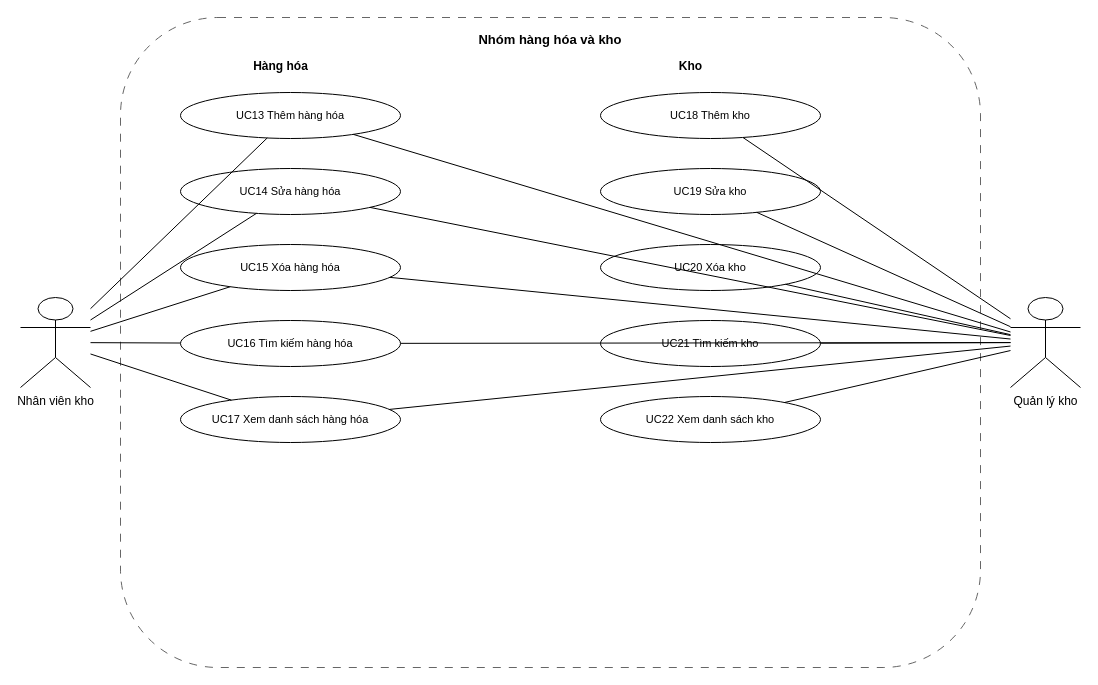
quangminh1212/Phan-tich-va-thiet-ke-he-thong keeps this draw.io diagram as diagram/drawio/3.4_usecase_hang_kho.drawio. Above is the earlier version. Source tidied: cells renumbered, new cells numbered last; positions are measured from the earlier drawing's top-left corner, leaving out a move shared by most shapes. Both pictures are drawn from the tidied source at 100%, with x=0, y=0 at pixel (20, 17).
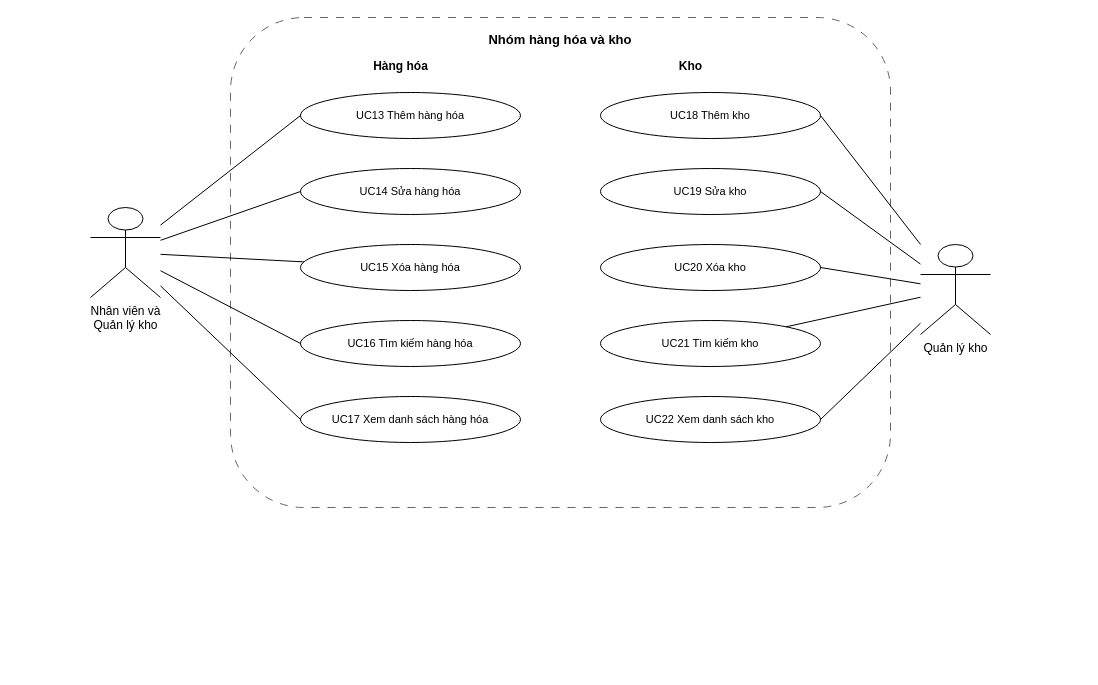
The same diagram, later.

The change refers to these unchanged cells:
```xml
<mxCell id="10" value="UC18 Thêm kho" style="ellipse;whiteSpace=wrap;html=1;fillColor=#FFFFFF;strokeColor=#000000;fontSize=11;align=center;" parent="1" vertex="1">
  <mxGeometry x="580" y="75" width="220" height="46" as="geometry" />
</mxCell>
<mxCell id="11" value="UC19 Sửa kho" style="ellipse;whiteSpace=wrap;html=1;fillColor=#FFFFFF;strokeColor=#000000;fontSize=11;align=center;" parent="1" vertex="1">
  <mxGeometry x="580" y="151" width="220" height="46" as="geometry" />
</mxCell>
<mxCell id="12" value="UC20 Xóa kho" style="ellipse;whiteSpace=wrap;html=1;fillColor=#FFFFFF;strokeColor=#000000;fontSize=11;align=center;" parent="1" vertex="1">
  <mxGeometry x="580" y="227" width="220" height="46" as="geometry" />
</mxCell>
<mxCell id="14" value="UC22 Xem danh sách kho" style="ellipse;whiteSpace=wrap;html=1;fillColor=#FFFFFF;strokeColor=#000000;fontSize=11;align=center;" parent="1" vertex="1">
  <mxGeometry x="580" y="379" width="220" height="46" as="geometry" />
</mxCell>
```

What changed in the source:
```diff
@@
     <mxCell id="2" value="Nhóm hàng hóa và kho" style="rounded=1;whiteSpace=wrap;html=1;dashed=1;dashPattern=8 8;fillColor=none;strokeColor=#666666;verticalAlign=top;fontStyle=1;fontSize=13;align=center;spacingTop=8;" parent="1" vertex="1">
-      <mxGeometry x="100" width="860" height="650" as="geometry" />
+      <mxGeometry x="210" width="660" height="490" as="geometry" />
     </mxCell>
     <mxCell id="3" value="Hàng hóa" style="text;html=1;strokeColor=none;fillColor=none;align=center;fontSize=12;fontStyle=1;" parent="1" vertex="1">
-      <mxGeometry x="210" y="35" width="100" height="24" as="geometry" />
+      <mxGeometry x="330" y="35" width="100" height="24" as="geometry" />
     </mxCell>
@@
     <mxCell id="5" value="UC13 Thêm hàng hóa" style="ellipse;whiteSpace=wrap;html=1;fillColor=#FFFFFF;strokeColor=#000000;fontSize=11;align=center;" parent="1" vertex="1">
-      <mxGeometry x="160" y="75" width="220" height="46" as="geometry" />
+      <mxGeometry x="280" y="75" width="220" height="46" as="geometry" />
     </mxCell>
     <mxCell id="6" value="UC14 Sửa hàng hóa" style="ellipse;whiteSpace=wrap;html=1;fillColor=#FFFFFF;strokeColor=#000000;fontSize=11;align=center;" parent="1" vertex="1">
-      <mxGeometry x="160" y="151" width="220" height="46" as="geometry" />
+      <mxGeometry x="280" y="151" width="220" height="46" as="geometry" />
     </mxCell>
     <mxCell id="7" value="UC15 Xóa hàng hóa" style="ellipse;whiteSpace=wrap;html=1;fillColor=#FFFFFF;strokeColor=#000000;fontSize=11;align=center;" parent="1" vertex="1">
-      <mxGeometry x="160" y="227" width="220" height="46" as="geometry" />
+      <mxGeometry x="280" y="227" width="220" height="46" as="geometry" />
     </mxCell>
     <mxCell id="8" value="UC16 Tìm kiếm hàng hóa" style="ellipse;whiteSpace=wrap;html=1;fillColor=#FFFFFF;strokeColor=#000000;fontSize=11;align=center;" parent="1" vertex="1">
-      <mxGeometry x="160" y="303" width="220" height="46" as="geometry" />
+      <mxGeometry x="280" y="303" width="220" height="46" as="geometry" />
     </mxCell>
     <mxCell id="9" value="UC17 Xem danh sách hàng hóa" style="ellipse;whiteSpace=wrap;html=1;fillColor=#FFFFFF;strokeColor=#000000;fontSize=11;align=center;" parent="1" vertex="1">
-      <mxGeometry x="160" y="379" width="220" height="46" as="geometry" />
+      <mxGeometry x="280" y="379" width="220" height="46" as="geometry" />
     </mxCell>
@@
-    <mxCell id="15" value="Nhân viên kho" style="shape=umlActor;verticalLabelPosition=bottom;verticalAlign=top;html=1;outlineConnect=0;fillColor=#FFFFFF;strokeColor=#000000;" parent="1" vertex="1">
-      <mxGeometry y="280" width="70" height="90" as="geometry" />
+    <mxCell id="15" value="Nhân viên và&lt;br&gt;Quản lý kho" style="shape=umlActor;verticalLabelPosition=bottom;verticalAlign=top;html=1;outlineConnect=0;fillColor=#FFFFFF;strokeColor=#000000;" parent="1" vertex="1">
+      <mxGeometry x="70" y="190" width="70" height="90" as="geometry" />
     </mxCell>
     <mxCell id="16" value="Quản lý kho" style="shape=umlActor;verticalLabelPosition=bottom;verticalAlign=top;html=1;outlineConnect=0;fillColor=#FFFFFF;strokeColor=#000000;" parent="1" vertex="1">
-      <mxGeometry x="990" y="280" width="70" height="90" as="geometry" />
+      <mxGeometry x="900" y="227" width="70" height="90" as="geometry" />
     </mxCell>
-    <mxCell id="17" style="endArrow=none;html=1;rounded=0;strokeColor=#000000;" parent="1" edge="1" source="15" target="5">
+    <mxCell id="17" style="endArrow=none;html=1;rounded=0;strokeColor=#000000;entryX=0;entryY=0.5;entryDx=0;entryDy=0;" parent="1" edge="1" source="15" target="5">
       <mxGeometry relative="1" as="geometry" />
     </mxCell>
-    <mxCell id="18" style="endArrow=none;html=1;rounded=0;strokeColor=#000000;" parent="1" edge="1" source="16" target="5">
-      <mxGeometry relative="1" as="geometry" />
-    </mxCell>
-    <mxCell id="19" style="endArrow=none;html=1;rounded=0;strokeColor=#000000;" parent="1" edge="1" source="15" target="6">
+    <mxCell id="19" style="endArrow=none;html=1;rounded=0;strokeColor=#000000;entryX=0;entryY=0.5;entryDx=0;entryDy=0;" parent="1" edge="1" source="15" target="6">
       <mxGeometry relative="1" as="geometry" />
     </mxCell>
-    <mxCell id="20" style="endArrow=none;html=1;rounded=0;strokeColor=#000000;" parent="1" edge="1" source="16" target="6">
-      <mxGeometry relative="1" as="geometry" />
-    </mxCell>
@@
-    <mxCell id="22" style="endArrow=none;html=1;rounded=0;strokeColor=#000000;" parent="1" edge="1" source="16" target="7">
-      <mxGeometry relative="1" as="geometry" />
-    </mxCell>
-    <mxCell id="23" style="endArrow=none;html=1;rounded=0;strokeColor=#000000;" parent="1" edge="1" source="15" target="8">
+    <mxCell id="23" style="endArrow=none;html=1;rounded=0;strokeColor=#000000;entryX=0;entryY=0.5;entryDx=0;entryDy=0;" parent="1" edge="1" source="15" target="8">
       <mxGeometry relative="1" as="geometry" />
     </mxCell>
-    <mxCell id="24" style="endArrow=none;html=1;rounded=0;strokeColor=#000000;" parent="1" edge="1" source="16" target="8">
-      <mxGeometry relative="1" as="geometry" />
-    </mxCell>
-    <mxCell id="25" style="endArrow=none;html=1;rounded=0;strokeColor=#000000;" parent="1" edge="1" source="15" target="9">
+    <mxCell id="25" style="endArrow=none;html=1;rounded=0;strokeColor=#000000;entryX=0;entryY=0.5;entryDx=0;entryDy=0;" parent="1" edge="1" source="15" target="9">
       <mxGeometry relative="1" as="geometry" />
     </mxCell>
-    <mxCell id="26" style="endArrow=none;html=1;rounded=0;strokeColor=#000000;" parent="1" edge="1" source="16" target="9">
-      <mxGeometry relative="1" as="geometry" />
-    </mxCell>
-    <mxCell id="27" style="endArrow=none;html=1;rounded=0;strokeColor=#000000;" parent="1" edge="1" source="16" target="10">
+    <mxCell id="27" style="endArrow=none;html=1;rounded=0;strokeColor=#000000;entryX=1;entryY=0.5;entryDx=0;entryDy=0;" parent="1" edge="1" source="16" target="10">
       <mxGeometry relative="1" as="geometry" />
     </mxCell>
-    <mxCell id="28" style="endArrow=none;html=1;rounded=0;strokeColor=#000000;" parent="1" edge="1" source="16" target="11">
+    <mxCell id="28" style="endArrow=none;html=1;rounded=0;strokeColor=#000000;entryX=1;entryY=0.5;entryDx=0;entryDy=0;" parent="1" edge="1" source="16" target="11">
       <mxGeometry relative="1" as="geometry" />
     </mxCell>
-    <mxCell id="29" style="endArrow=none;html=1;rounded=0;strokeColor=#000000;" parent="1" edge="1" source="16" target="12">
+    <mxCell id="29" style="endArrow=none;html=1;rounded=0;strokeColor=#000000;entryX=1;entryY=0.5;entryDx=0;entryDy=0;" parent="1" edge="1" source="16" target="12">
       <mxGeometry relative="1" as="geometry" />
     </mxCell>
@@
-    <mxCell id="31" style="endArrow=none;html=1;rounded=0;strokeColor=#000000;" parent="1" edge="1" source="16" target="14">
+    <mxCell id="31" style="endArrow=none;html=1;rounded=0;strokeColor=#000000;entryX=1;entryY=0.5;entryDx=0;entryDy=0;" parent="1" edge="1" source="16" target="14">
       <mxGeometry relative="1" as="geometry" />
     </mxCell>
```
